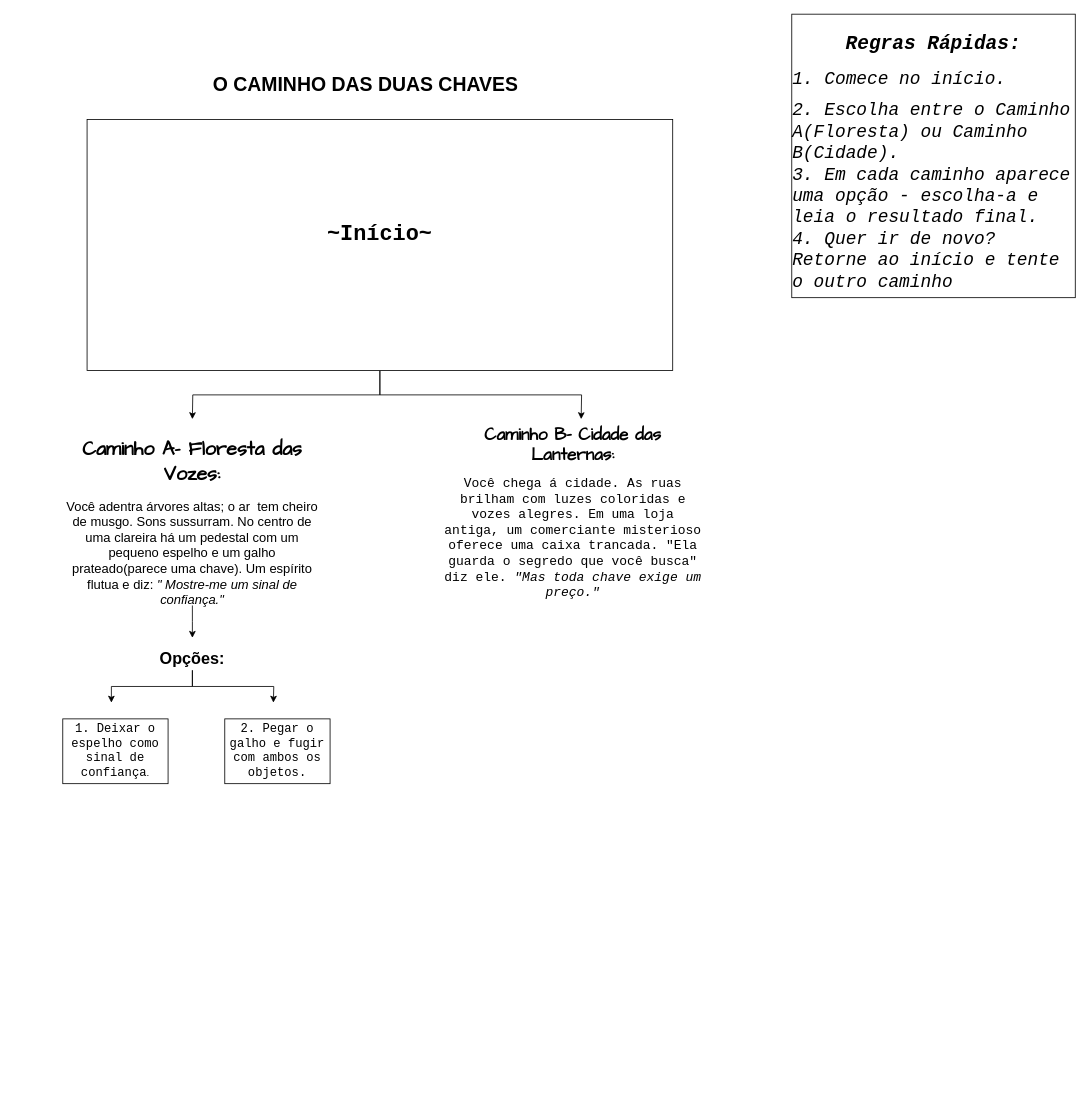
The draw.io diagram info.drawio in Paula-Machado7/o-caminho-das-duas-chaves, before the edit. Source tidied: cells renumbered, new cells numbered last; positions are measured from the earlier drawing's top-left corner, leaving out a move shared by most shapes. Both pictures are drawn from the tidied source at 81%, with x=0, y=0 at pixel (62, 14).
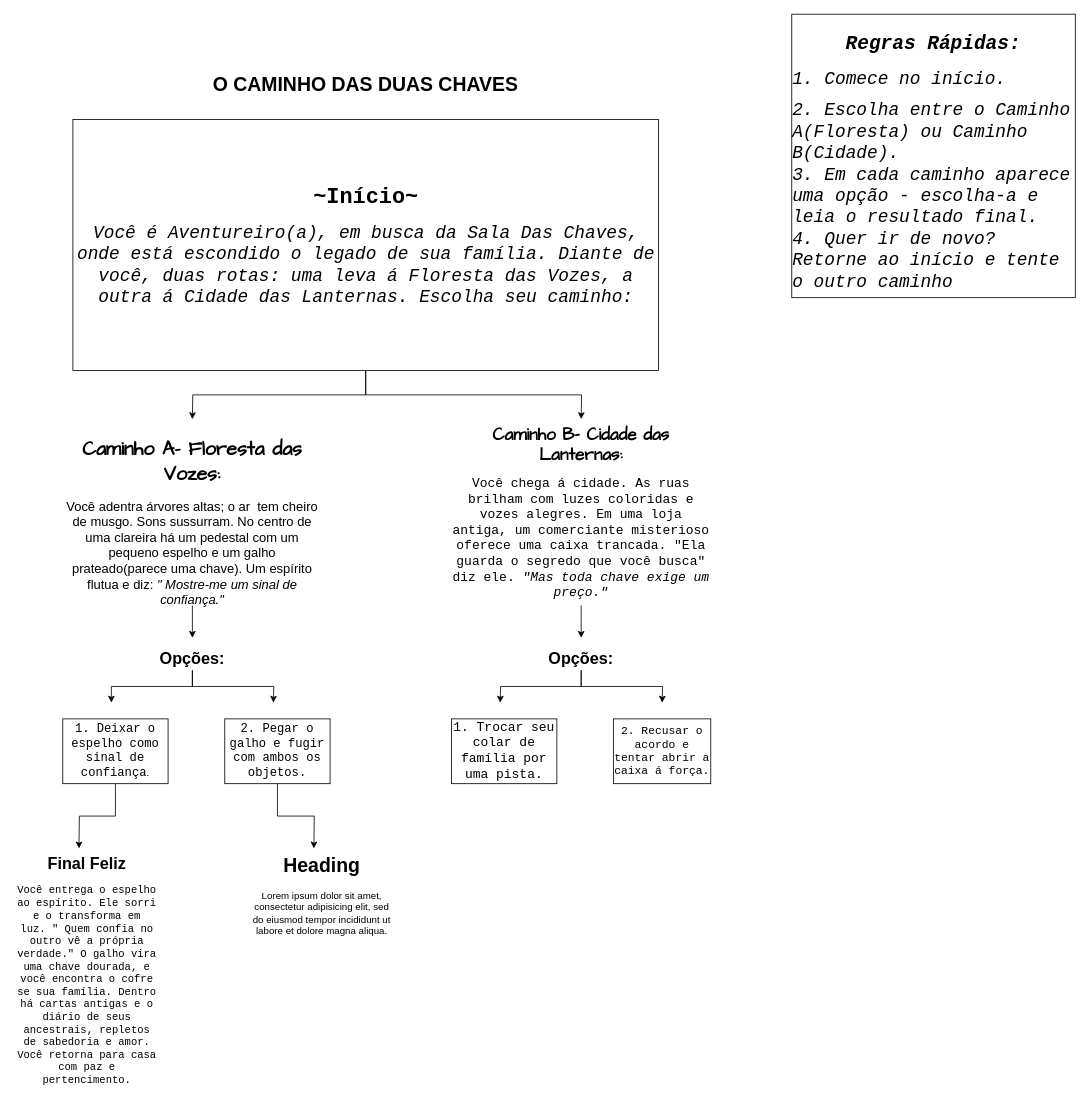
After the change.

Unchanged cells that the change refers to:
```xml
<mxCell id="14" value="&lt;font style=&quot;font-size: 15px;&quot; face=&quot;Courier New&quot;&gt;1. Deixar o espelho como sinal de confiança&lt;/font&gt;." style="rounded=0;whiteSpace=wrap;html=1;" parent="1" vertex="1">
  <mxGeometry y="870" width="130" height="80" as="geometry" />
</mxCell>
<mxCell id="15" value="&lt;font style=&quot;font-size: 15px;&quot; face=&quot;Courier New&quot;&gt;2. Pegar o galho e fugir com ambos os objetos.&lt;/font&gt;" style="rounded=0;whiteSpace=wrap;html=1;" parent="1" vertex="1">
  <mxGeometry x="200" y="870" width="130" height="80" as="geometry" />
</mxCell>
```

What changed in the source:
```diff
@@
-    <mxCell id="6" value="&lt;h1&gt;&lt;font face=&quot;Courier New&quot; style=&quot;font-size: 27px;&quot;&gt;~Início~&lt;/font&gt;&lt;/h1&gt;&lt;p&gt;&lt;br&gt;&lt;/p&gt;" style="rounded=0;whiteSpace=wrap;html=1;align=center;" parent="1" vertex="1">
-      <mxGeometry x="30" y="130" width="723" height="310" as="geometry" />
+    <mxCell id="6" value="&lt;h1&gt;&lt;font face=&quot;Courier New&quot; style=&quot;font-size: 27px;&quot;&gt;~Início~&lt;/font&gt;&lt;/h1&gt;&lt;p&gt;&lt;font style=&quot;font-size: 22px;&quot; face=&quot;Courier New&quot;&gt;&lt;i&gt;Você é Aventureiro(a), em busca da Sala Das Chaves, onde está escondido o legado de sua família. Diante de você, duas rotas: uma leva á Floresta das Vozes, a outra á Cidade das Lanternas. Escolha seu caminho:&lt;/i&gt;&lt;/font&gt;&lt;/p&gt;" style="rounded=0;whiteSpace=wrap;html=1;align=center;" parent="1" vertex="1">
+      <mxGeometry x="12.5" y="130" width="723" height="310" as="geometry" />
     </mxCell>
@@
+    <mxCell id="16" style="edgeStyle=orthogonalEdgeStyle;rounded=0;jettySize=auto;html=1;" parent="1" edge="1" source="9">
+      <mxGeometry relative="1" as="geometry">
+        <mxPoint x="640" y="770" as="targetPoint" />
+      </mxGeometry>
+    </mxCell>
     <mxCell id="9" value="&lt;h3 style=&quot;margin-top: 0px;&quot;&gt;&lt;font face=&quot;Comic Sans MS&quot; style=&quot;font-size: 21px;&quot;&gt;Caminho B- Cidade das Lanternas:&lt;/font&gt;&lt;/h3&gt;&lt;div&gt;&lt;font style=&quot;font-size: 16px;&quot; face=&quot;Courier New&quot;&gt;Você chega á cidade. As ruas brilham com luzes coloridas e vozes alegres. Em uma loja antiga, um comerciante misterioso oferece uma caixa trancada. &quot;Ela guarda o segredo que você busca&quot; diz ele. &lt;i&gt;&quot;Mas toda chave exige um preço.&quot;&lt;/i&gt;&lt;/font&gt;&lt;/div&gt;" style="text;html=1;whiteSpace=wrap;overflow=hidden;rounded=0;align=center;" parent="1" vertex="1">
-      <mxGeometry x="470" y="500" width="320" height="230" as="geometry" />
+      <mxGeometry x="480" y="500" width="320" height="230" as="geometry" />
     </mxCell>
@@
+    <mxCell id="17" style="edgeStyle=orthogonalEdgeStyle;rounded=0;jettySize=auto;html=1;" parent="1" edge="1" source="14">
+      <mxGeometry relative="1" as="geometry">
+        <mxPoint x="20" y="1030" as="targetPoint" />
+      </mxGeometry>
+    </mxCell>
@@
+    <mxCell id="18" style="edgeStyle=orthogonalEdgeStyle;rounded=0;jettySize=auto;html=1;" parent="1" edge="1" source="15">
+      <mxGeometry relative="1" as="geometry">
+        <mxPoint x="310" y="1030" as="targetPoint" />
+      </mxGeometry>
+    </mxCell>
@@
+    <mxCell id="19" style="edgeStyle=orthogonalEdgeStyle;rounded=0;jettySize=auto;html=1;exitX=0.5;exitY=1;exitDx=0;exitDy=0;" parent="1" edge="1" source="21">
+      <mxGeometry relative="1" as="geometry">
+        <mxPoint x="540" y="850" as="targetPoint" />
+      </mxGeometry>
+    </mxCell>
+    <mxCell id="20" style="edgeStyle=orthogonalEdgeStyle;rounded=0;jettySize=auto;html=1;" parent="1" edge="1" source="21">
+      <mxGeometry relative="1" as="geometry">
+        <mxPoint x="740" y="850" as="targetPoint" />
+      </mxGeometry>
+    </mxCell>
+    <mxCell id="21" value="&lt;h3&gt;&lt;font style=&quot;font-size: 20px;&quot;&gt;Opções:&lt;/font&gt;&lt;/h3&gt;" style="text;html=1;whiteSpace=wrap;strokeColor=none;fillColor=none;align=center;verticalAlign=middle;rounded=0;" parent="1" vertex="1">
+      <mxGeometry x="530" y="780" width="220" height="30" as="geometry" />
+    </mxCell>
+    <mxCell id="22" style="edgeStyle=orthogonalEdgeStyle;rounded=0;orthogonalLoop=1;jettySize=auto;html=1;exitX=0.5;exitY=1;exitDx=0;exitDy=0;" parent="1" edge="1" source="21" target="21">
+      <mxGeometry relative="1" as="geometry" />
+    </mxCell>
+    <mxCell id="23" value="&lt;font style=&quot;font-size: 16px;&quot;&gt;1. Trocar seu colar de família por uma pista.&lt;/font&gt;" style="rounded=0;whiteSpace=wrap;html=1;fontFamily=Courier New;" parent="1" vertex="1">
+      <mxGeometry x="480" y="870" width="130" height="80" as="geometry" />
+    </mxCell>
+    <mxCell id="24" value="&lt;font style=&quot;font-size: 14px;&quot;&gt;2. Recusar o acordo e tentar abrir a caixa á força.&lt;/font&gt;" style="rounded=0;whiteSpace=wrap;html=1;fontFamily=Courier New;" parent="1" vertex="1">
+      <mxGeometry x="680" y="870" width="120" height="80" as="geometry" />
+    </mxCell>
+    <mxCell id="25" value="&lt;h3 style=&quot;margin-top: 0px;&quot;&gt;&lt;font style=&quot;font-size: 20px;&quot;&gt;Final Feliz&lt;/font&gt;&lt;/h3&gt;&lt;div&gt;&lt;font face=&quot;Courier New&quot; style=&quot;font-size: 13px;&quot;&gt;Você entrega o espelho ao espírito. Ele sorri e o transforma em luz.&amp;nbsp;&lt;span style=&quot;background-color: transparent;&quot;&gt;&quot; Quem confia no outro vê a própria verdade.&quot; O galho vira uma chave dourada, e você encontra o cofre se sua família. Dentro há cartas antigas e o diário de seus ancestrais, repletos de sabedoria e amor. Você retorna para casa com paz e pertencimento.&lt;/span&gt;&lt;/font&gt;&lt;/div&gt;" style="text;html=1;whiteSpace=wrap;overflow=hidden;rounded=0;align=center;" parent="1" vertex="1">
+      <mxGeometry x="-60" y="1030" width="180" height="290" as="geometry" />
+    </mxCell>
+    <mxCell id="26" value="&lt;h1 style=&quot;margin-top: 0px;&quot;&gt;Heading&lt;/h1&gt;&lt;p&gt;Lorem ipsum dolor sit amet, consectetur adipisicing elit, sed do eiusmod tempor incididunt ut labore et dolore magna aliqua.&lt;/p&gt;" style="text;html=1;whiteSpace=wrap;overflow=hidden;rounded=0;align=center;" parent="1" vertex="1">
+      <mxGeometry x="230" y="1030" width="180" height="290" as="geometry" />
+    </mxCell>
```
